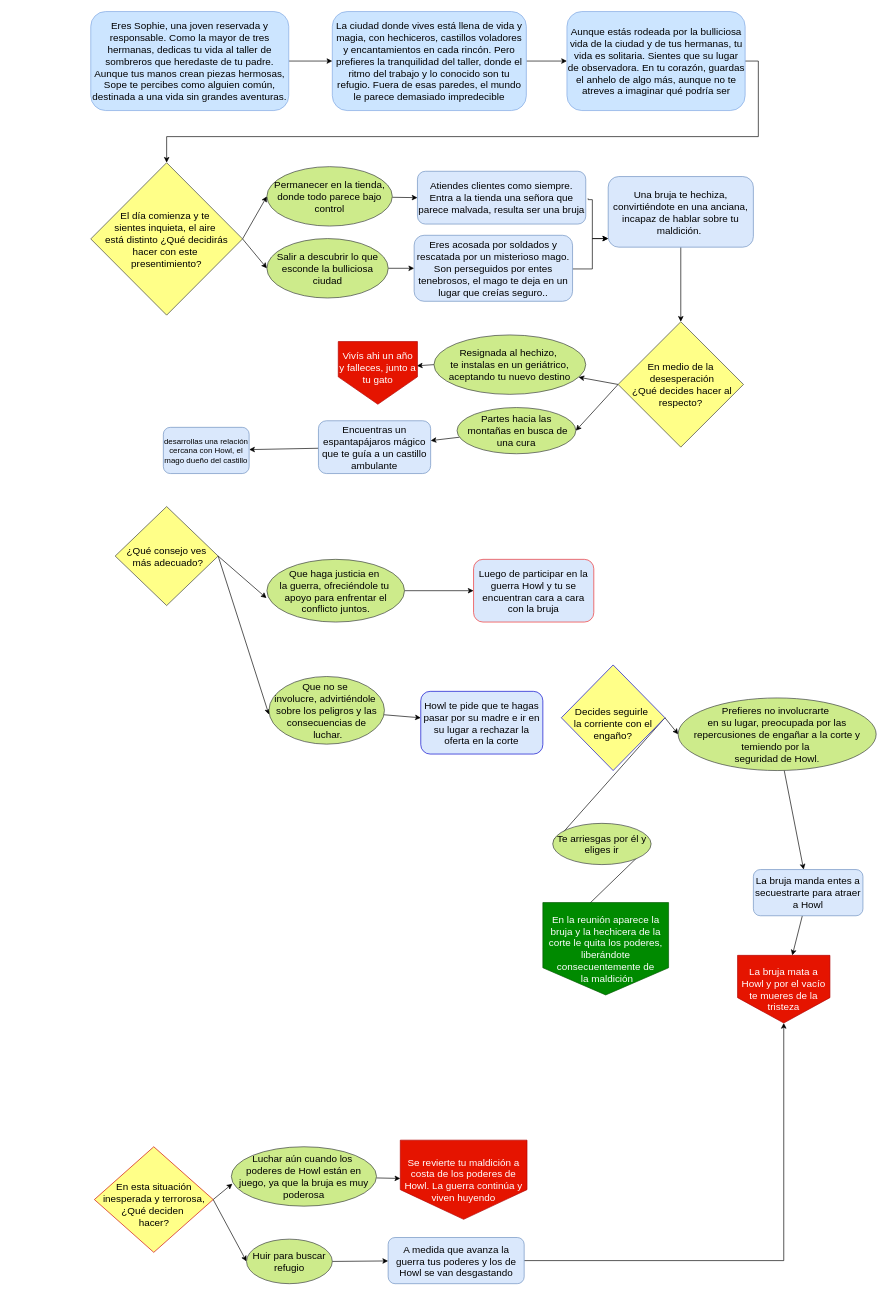
Earlier version of the draw.io diagram diagramaFINAL.drawio (2).drawio (delfinapinto/pmiw). Source tidied: cells renumbered, new cells numbered last; positions are measured from the earlier drawing's top-left corner, leaving out a move shared by most shapes. Both pictures are drawn from the tidied source at 66%, with x=0, y=0 at pixel (90, 11).
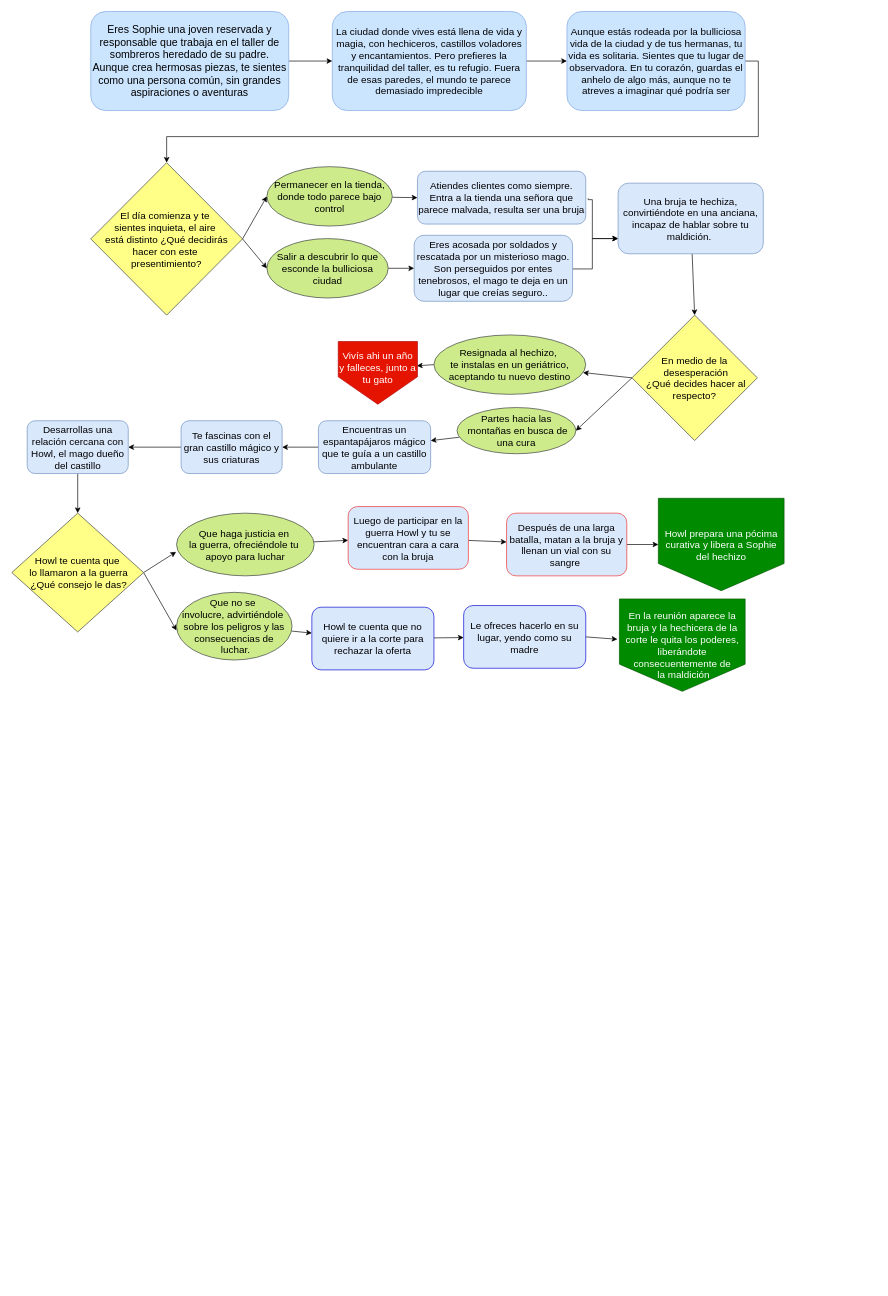
The same page after the edit.

Diff of the diagram source:
```diff
@@
-    <mxCell id="3" value="&lt;div style=&quot;&quot;&gt;&lt;span style=&quot;font-size: 15px; background-color: initial;&quot;&gt;Eres Sophie, una joven reservada y responsable. Como la mayor de tres hermanas, dedicas tu vida al taller de sombreros que heredaste de tu padre. Aunque tus manos crean piezas hermosas, Sope te percibes como alguien común, destinada a una vida sin grandes aventuras.&lt;/span&gt;&lt;/div&gt;" style="rounded=1;whiteSpace=wrap;html=1;fontSize=12;glass=0;strokeWidth=1;shadow=0;fillColor=#cce5ff;strokeColor=#7EA6E0;align=center;" parent="1" vertex="1">
+    <mxCell id="3" value="&lt;div style=&quot;&quot;&gt;&lt;font style=&quot;font-size: 16px;&quot;&gt;Eres Sophie una joven reservada y responsable que trabaja en el taller de sombreros heredado de su padre. Aunque crea hermosas piezas, te sientes como una persona común, sin grandes aspiraciones o aventuras&lt;/font&gt;&lt;br&gt;&lt;/div&gt;" style="rounded=1;whiteSpace=wrap;html=1;fontSize=12;glass=0;strokeWidth=1;shadow=0;fillColor=#cce5ff;strokeColor=#7EA6E0;align=center;" parent="1" vertex="1">
       <mxGeometry width="300" height="150" as="geometry" />
     </mxCell>
@@
     <mxCell id="16" value="&lt;font style=&quot;font-size: 15px;&quot;&gt;Una bruja te hechiza, convirtiéndote en una anciana, incapaz de hablar sobre tu maldición.&amp;nbsp;&lt;/font&gt;" style="rounded=1;whiteSpace=wrap;html=1;fillColor=#dae8fc;strokeColor=#6c8ebf;" parent="1" vertex="1">
-      <mxGeometry x="784" y="250" width="220" height="107" as="geometry" />
+      <mxGeometry x="799" y="260" width="220" height="107" as="geometry" />
     </mxCell>
@@
-    <mxCell id="26" value="&lt;font style=&quot;font-size: 15px;&quot;&gt;¿Qué consejo ves&lt;/font&gt;&lt;div style=&quot;font-size: 15px;&quot;&gt;&lt;font style=&quot;font-size: 15px;&quot;&gt;&amp;nbsp;más adecuado?&lt;/font&gt;&lt;/div&gt;" style="rhombus;whiteSpace=wrap;html=1;fillColor=#ffff88;strokeColor=#36393d;" parent="1" vertex="1">
-      <mxGeometry x="37" y="750" width="156" height="150" as="geometry" />
+    <mxCell id="26" value="&lt;font style=&quot;font-size: 15px;&quot;&gt;Howl te cuenta que&lt;/font&gt;&lt;div&gt;&lt;font style=&quot;font-size: 15px;&quot;&gt;&amp;nbsp;lo llamaron a la guerra&lt;/font&gt;&lt;/div&gt;&lt;div&gt;&lt;font style=&quot;font-size: 15px;&quot;&gt;&amp;nbsp;¿Qué consejo le das&lt;/font&gt;&lt;span style=&quot;font-size: 15px; background-color: initial;&quot;&gt;?&lt;/span&gt;&lt;/div&gt;" style="rhombus;whiteSpace=wrap;html=1;fillColor=#ffff88;strokeColor=#36393d;" parent="1" vertex="1">
+      <mxGeometry x="-119.6" y="760" width="199.7" height="180" as="geometry" />
     </mxCell>
@@
-    <mxCell id="28" value="&lt;font style=&quot;font-size: 15px;&quot;&gt;Que haga justicia en&amp;nbsp;&lt;/font&gt;&lt;div&gt;&lt;font style=&quot;font-size: 15px;&quot;&gt;la&amp;nbsp;&lt;/font&gt;&lt;span style=&quot;font-size: 15px; background-color: initial;&quot;&gt;guerra, ofreciéndole tu&amp;nbsp;&lt;/span&gt;&lt;/div&gt;&lt;div&gt;&lt;span style=&quot;font-size: 15px; background-color: initial;&quot;&gt;apoyo para enfrentar el conflicto juntos.&lt;/span&gt;&lt;/div&gt;" style="ellipse;whiteSpace=wrap;html=1;fillColor=#cdeb8b;strokeColor=#36393d;" parent="1" vertex="1">
-      <mxGeometry x="266.9" y="830" width="208.5" height="95" as="geometry" />
+    <mxCell id="28" value="&lt;font style=&quot;font-size: 15px;&quot;&gt;Que haga justicia en&amp;nbsp;&lt;/font&gt;&lt;div&gt;&lt;font style=&quot;font-size: 15px;&quot;&gt;la&amp;nbsp;&lt;/font&gt;&lt;span style=&quot;font-size: 15px; background-color: initial;&quot;&gt;guerra, ofreciéndole tu&amp;nbsp;&lt;/span&gt;&lt;/div&gt;&lt;div&gt;&lt;span style=&quot;font-size: 15px; background-color: initial;&quot;&gt;apoyo para luchar&lt;/span&gt;&lt;/div&gt;" style="ellipse;whiteSpace=wrap;html=1;fillColor=#cdeb8b;strokeColor=#36393d;" parent="1" vertex="1">
+      <mxGeometry x="130" y="760" width="208.5" height="95" as="geometry" />
     </mxCell>
@@
     <mxCell id="30" value="&lt;font style=&quot;font-size: 15px;&quot;&gt;Que no se&amp;nbsp;&lt;/font&gt;&lt;div style=&quot;font-size: 15px;&quot;&gt;&lt;font style=&quot;font-size: 15px;&quot;&gt;involucre, advirtiéndole&amp;nbsp;&lt;/font&gt;&lt;/div&gt;&lt;div style=&quot;font-size: 15px;&quot;&gt;&lt;font style=&quot;font-size: 15px;&quot;&gt;sobre los peligros y las consecuencias de&lt;/font&gt;&lt;div style=&quot;&quot;&gt;&lt;font style=&quot;font-size: 15px;&quot;&gt;&amp;nbsp;luchar.&lt;/font&gt;&lt;/div&gt;&lt;/div&gt;" style="ellipse;whiteSpace=wrap;html=1;fillColor=#cdeb8b;strokeColor=#36393d;" parent="1" vertex="1">
-      <mxGeometry x="270" y="1007.5" width="175" height="102.5" as="geometry" />
+      <mxGeometry x="130" y="880" width="175" height="102.5" as="geometry" />
     </mxCell>
+    <mxCell id="63" style="rounded=0;jettySize=auto;html=1;" parent="1" edge="1" source="31" target="69">
+      <mxGeometry relative="1" as="geometry" />
+    </mxCell>
     <mxCell id="31" value="&lt;font style=&quot;font-size: 15px;&quot;&gt;Luego de participar en la guerra&amp;nbsp;Howl y tu se encuentran cara a cara con la bruja&lt;/font&gt;" style="rounded=1;whiteSpace=wrap;html=1;fillColor=#dae8fc;strokeColor=#ed2c2c;" parent="1" vertex="1">
-      <mxGeometry x="580" y="830" width="182.2" height="95" as="geometry" />
+      <mxGeometry x="390" y="750" width="182.2" height="95" as="geometry" />
     </mxCell>
+    <mxCell id="64" style="rounded=0;jettySize=auto;html=1;" parent="1" edge="1" source="32" target="72">
+      <mxGeometry relative="1" as="geometry" />
+    </mxCell>
-    <mxCell id="32" value="&lt;font style=&quot;font-size: 15px;&quot;&gt;Howl te pide que te hagas pasar por su madre e ir en su lugar a rechazar la oferta en la corte&lt;/font&gt;" style="rounded=1;whiteSpace=wrap;html=1;fillColor=#dae8fc;strokeColor=#0000CC;" parent="1" vertex="1">
-      <mxGeometry x="500" y="1030" width="185" height="95" as="geometry" />
+    <mxCell id="32" value="&lt;font style=&quot;font-size: 15px;&quot;&gt;Howl te cuenta que no quiere ir a la corte para rechazar la oferta&lt;/font&gt;" style="rounded=1;whiteSpace=wrap;html=1;fillColor=#dae8fc;strokeColor=#0000CC;" parent="1" vertex="1">
+      <mxGeometry x="335" y="902.5" width="185" height="95" as="geometry" />
     </mxCell>
-    <mxCell id="33" style="edgeStyle=none;rounded=0;jettySize=auto;html=1;exitX=1;exitY=0.5;exitDx=0;exitDy=0;entryX=0.007;entryY=0.623;entryDx=0;entryDy=0;fillColor=#e3c800;strokeColor=#000000;entryPerimeter=0;" parent="1" edge="1" source="35" target="37">
-      <mxGeometry relative="1" as="geometry" />
-    </mxCell>
-    <mxCell id="34" style="edgeStyle=none;rounded=0;jettySize=auto;html=1;entryX=0;entryY=0.5;entryDx=0;entryDy=0;exitX=1;exitY=0.5;exitDx=0;exitDy=0;fillColor=#e3c800;strokeColor=#000000;" parent="1" edge="1" source="35" target="39">
-      <mxGeometry relative="1" as="geometry" />
-    </mxCell>
-    <mxCell id="35" value="&lt;div style=&quot;font-size: 13px;&quot;&gt;&lt;font style=&quot;font-size: 13px;&quot;&gt;&lt;br&gt;&lt;/font&gt;&lt;/div&gt;&lt;font style=&quot;font-size: 15px;&quot;&gt;En esta situación inesperada y terrorosa, ¿Qué deciden&amp;nbsp;&lt;/font&gt;&lt;div style=&quot;font-size: 15px;&quot;&gt;&lt;font style=&quot;font-size: 15px;&quot;&gt;hacer?&lt;/font&gt;&lt;/div&gt;" style="rhombus;whiteSpace=wrap;html=1;fillColor=#ffff88;strokeColor=#CC0000;" parent="1" vertex="1">
-      <mxGeometry x="5.5" y="1720" width="180" height="160" as="geometry" />
-    </mxCell>
-    <mxCell id="36" style="edgeStyle=none;rounded=0;jettySize=auto;html=1;" parent="1" edge="1" source="37" target="47">
-      <mxGeometry relative="1" as="geometry" />
-    </mxCell>
-    <mxCell id="37" value="&lt;font style=&quot;font-size: 15px;&quot;&gt;Luchar aún cuando los&amp;nbsp;&lt;/font&gt;&lt;div style=&quot;font-size: 15px;&quot;&gt;&lt;font style=&quot;font-size: 15px;&quot;&gt;poderes de Howl están en juego, ya que la bruja es muy poderosa&lt;/font&gt;&lt;/div&gt;" style="ellipse;whiteSpace=wrap;html=1;fillColor=#cdeb8b;strokeColor=#36393d;" parent="1" vertex="1">
-      <mxGeometry x="213" y="1720" width="220" height="90" as="geometry" />
-    </mxCell>
-    <mxCell id="38" style="edgeStyle=none;rounded=0;jettySize=auto;html=1;" parent="1" edge="1" source="39" target="49">
-      <mxGeometry relative="1" as="geometry" />
-    </mxCell>
-    <mxCell id="39" value="&lt;font style=&quot;font-size: 15px;&quot;&gt;Huir para buscar refugio&lt;/font&gt;" style="ellipse;whiteSpace=wrap;html=1;fillColor=#cdeb8b;strokeColor=#36393d;" parent="1" vertex="1">
-      <mxGeometry x="236" y="1860" width="130" height="67.5" as="geometry" />
-    </mxCell>
-    <mxCell id="40" style="edgeStyle=none;rounded=0;jettySize=auto;html=1;exitX=1;exitY=0.5;exitDx=0;exitDy=0;fillColor=#e3c800;strokeColor=#000000;entryX=0;entryY=0.5;entryDx=0;entryDy=0;" parent="1" edge="1" source="42" target="44">
-      <mxGeometry relative="1" as="geometry" />
-    </mxCell>
-    <mxCell id="41" style="edgeStyle=none;rounded=0;jettySize=auto;html=1;entryX=0;entryY=0.5;entryDx=0;entryDy=0;exitX=1;exitY=0.5;exitDx=0;exitDy=0;fillColor=#e3c800;strokeColor=#000000;" parent="1" edge="1" source="42" target="46">
-      <mxGeometry relative="1" as="geometry" />
-    </mxCell>
-    <mxCell id="42" value="&lt;div style=&quot;font-size: 15px;&quot;&gt;&lt;font style=&quot;font-size: 15px;&quot;&gt;&lt;br&gt;&lt;/font&gt;&lt;/div&gt;&lt;font style=&quot;font-size: 15px;&quot;&gt;Decides seguirle&amp;nbsp;&lt;/font&gt;&lt;div style=&quot;font-size: 15px;&quot;&gt;&lt;font style=&quot;font-size: 15px;&quot;&gt;la corriente con el engaño?&lt;/font&gt;&lt;/div&gt;" style="rhombus;whiteSpace=wrap;html=1;fillColor=#ffff88;strokeColor=#0000CC;" parent="1" vertex="1">
-      <mxGeometry x="713" y="990" width="157" height="160" as="geometry" />
-    </mxCell>
-    <mxCell id="43" style="edgeStyle=none;rounded=0;jettySize=auto;html=1;entryX=0;entryY=0.5;entryDx=0;entryDy=0;exitX=1;exitY=0.5;exitDx=0;exitDy=0;" parent="1" edge="1" source="44" target="54">
-      <mxGeometry relative="1" as="geometry" />
-    </mxCell>
-    <mxCell id="44" value="&lt;font style=&quot;font-size: 15px;&quot;&gt;Te arriesgas por él y eliges ir&lt;/font&gt;" style="ellipse;whiteSpace=wrap;html=1;fillColor=#cdeb8b;strokeColor=#36393d;" parent="1" vertex="1">
-      <mxGeometry x="700" y="1230" width="149" height="62.5" as="geometry" />
-    </mxCell>
-    <mxCell id="45" style="edgeStyle=none;rounded=0;jettySize=auto;html=1;" parent="1" edge="1" source="46" target="52">
-      <mxGeometry relative="1" as="geometry" />
-    </mxCell>
-    <mxCell id="46" value="&lt;font style=&quot;font-size: 15px;&quot;&gt;Prefieres no&amp;nbsp;&lt;/font&gt;&lt;span style=&quot;font-size: 15px; background-color: initial;&quot;&gt;involucrarte&amp;nbsp;&lt;/span&gt;&lt;div&gt;&lt;div style=&quot;font-size: 15px;&quot;&gt;&lt;font style=&quot;font-size: 15px;&quot;&gt;en su lugar, preocupada por las repercusiones de engañar a la corte y temiendo por la&amp;nbsp;&lt;/font&gt;&lt;/div&gt;&lt;div style=&quot;font-size: 15px;&quot;&gt;&lt;font style=&quot;font-size: 15px;&quot;&gt;seguridad de Howl&lt;/font&gt;&lt;font style=&quot;font-size: 13px;&quot;&gt;.&lt;/font&gt;&lt;/div&gt;&lt;/div&gt;" style="ellipse;whiteSpace=wrap;html=1;fillColor=#cdeb8b;strokeColor=#36393d;" parent="1" vertex="1">
-      <mxGeometry x="890" y="1040" width="300" height="110" as="geometry" />
-    </mxCell>
-    <mxCell id="47" value="&lt;div&gt;&lt;font style=&quot;font-size: 15px;&quot;&gt;Se revierte tu maldición a costa de los poderes de Howl. La guerra continúa y viven huyendo&lt;/font&gt;&lt;br&gt;&lt;/div&gt;" style="shape=offPageConnector;whiteSpace=wrap;html=1;fillColor=#e51400;fontColor=#ffffff;strokeColor=#B20000;" parent="1" vertex="1">
-      <mxGeometry x="469" y="1710" width="192" height="120" as="geometry" />
-    </mxCell>
-    <mxCell id="48" style="edgeStyle=orthogonalEdgeStyle;rounded=0;jettySize=auto;html=1;entryX=0.5;entryY=1;entryDx=0;entryDy=0;exitX=1;exitY=0.5;exitDx=0;exitDy=0;" parent="1" edge="1" source="49" target="53">
-      <mxGeometry relative="1" as="geometry" />
-    </mxCell>
-    <mxCell id="49" value="&lt;font style=&quot;font-size: 15px;&quot;&gt;A medida que avanza la guerra tus poderes y los de Howl se van desgastando&lt;/font&gt;" style="rounded=1;whiteSpace=wrap;html=1;fillColor=#dae8fc;strokeColor=#6c8ebf;" parent="1" vertex="1">
-      <mxGeometry x="450.6" y="1857.5" width="206.1" height="70" as="geometry" />
-    </mxCell>
+    <mxCell id="65" style="rounded=0;jettySize=auto;html=1;exitX=1;exitY=0.5;exitDx=0;exitDy=0;entryX=-0.016;entryY=0.436;entryDx=0;entryDy=0;entryPerimeter=0;" parent="1" edge="1" source="72" target="54">
+      <mxGeometry relative="1" as="geometry" />
+    </mxCell>
@@
-    <mxCell id="51" style="rounded=0;jettySize=auto;html=1;" parent="1" edge="1" source="52" target="53">
-      <mxGeometry relative="1" as="geometry" />
-    </mxCell>
-    <mxCell id="52" value="&lt;font style=&quot;font-size: 15px;&quot;&gt;La bruja manda entes a secuestrarte para atraer a Howl&lt;/font&gt;" style="rounded=1;whiteSpace=wrap;html=1;fillColor=#dae8fc;strokeColor=#6c8ebf;" parent="1" vertex="1">
-      <mxGeometry x="1004" y="1300" width="166" height="70" as="geometry" />
-    </mxCell>
-    <mxCell id="53" value="&lt;div&gt;&lt;font style=&quot;font-size: 15px;&quot;&gt;La bruja mata a Howl y por el vacío te mueres de la tristeza&lt;/font&gt;&lt;br&gt;&lt;/div&gt;" style="shape=offPageConnector;whiteSpace=wrap;html=1;fillColor=#e51400;fontColor=#ffffff;strokeColor=#B20000;" parent="1" vertex="1">
-      <mxGeometry x="980" y="1430" width="140" height="102.5" as="geometry" />
-    </mxCell>
     <mxCell id="54" value="&lt;font style=&quot;font-size: 15px;&quot;&gt;En la reunión aparece la bruja y la hechicera de la corte le quita los poderes, liberándote consecuentemente de&lt;/font&gt;&lt;div style=&quot;font-size: 15px;&quot;&gt;&lt;font style=&quot;font-size: 15px;&quot;&gt;&amp;nbsp;la maldición&lt;/font&gt;&lt;/div&gt;" style="shape=offPageConnector;whiteSpace=wrap;html=1;fillColor=#008a00;fontColor=#ffffff;strokeColor=#005700;size=0.29411764705882354;" parent="1" vertex="1">
-      <mxGeometry x="685" y="1350" width="190.5" height="140" as="geometry" />
+      <mxGeometry x="801" y="890" width="190.5" height="140" as="geometry" />
     </mxCell>
@@
-    <mxCell id="56" value="&lt;font style=&quot;font-size: 15px;&quot;&gt;La ciudad donde vives está llena de vida y magia, con hechiceros, castillos voladores y encantamientos en cada rincón. Pero prefieres la tranquilidad del taller, donde el ritmo del trabajo y lo conocido son tu refugio. Fuera de esas paredes, el mundo le parece demasiado impredecible&lt;/font&gt;" style="rounded=1;whiteSpace=wrap;html=1;fontSize=12;glass=0;strokeWidth=1;shadow=0;fillColor=#cce5ff;strokeColor=#7EA6E0;" parent="1" vertex="1">
+    <mxCell id="56" value="&lt;font style=&quot;font-size: 15px;&quot;&gt;La ciudad donde vives está llena de vida y magia, con hechiceros, castillos voladores y encantamientos. Pero prefieres la tranquilidad del taller, es tu refugio. Fuera de esas paredes, el mundo te parece demasiado impredecible&lt;/font&gt;" style="rounded=1;whiteSpace=wrap;html=1;fontSize=12;glass=0;strokeWidth=1;shadow=0;fillColor=#cce5ff;strokeColor=#7EA6E0;" parent="1" vertex="1">
       <mxGeometry x="366" width="294" height="150" as="geometry" />
     </mxCell>
@@
-    <mxCell id="58" value="&lt;font style=&quot;font-size: 15px;&quot;&gt;Aunque estás rodeada por la bulliciosa vida de la ciudad y de tus hermanas, tu vida es solitaria. Sientes que su lugar de observadora. En tu corazón, guardas el anhelo de algo más, aunque no te atreves a imaginar qué podría ser&lt;/font&gt;" style="rounded=1;whiteSpace=wrap;html=1;fontSize=12;glass=0;strokeWidth=1;shadow=0;fillColor=#cce5ff;strokeColor=#7EA6E0;" parent="1" vertex="1">
+    <mxCell id="58" value="&lt;font style=&quot;font-size: 15px;&quot;&gt;Aunque estás rodeada por la bulliciosa vida de la ciudad y de tus hermanas, tu vida es solitaria. Sientes que tu lugar de observadora. En tu corazón, guardas el anhelo de algo más, aunque no te atreves a imaginar qué podría ser&lt;/font&gt;" style="rounded=1;whiteSpace=wrap;html=1;fontSize=12;glass=0;strokeWidth=1;shadow=0;fillColor=#cce5ff;strokeColor=#7EA6E0;" parent="1" vertex="1">
       <mxGeometry x="721.5" width="270" height="150" as="geometry" />
     </mxCell>
@@
     <mxCell id="61" value="&lt;div style=&quot;font-size: 15px;&quot;&gt;&lt;font style=&quot;font-size: 15px;&quot;&gt;En medio de la&lt;/font&gt;&lt;/div&gt;&lt;div style=&quot;font-size: 15px;&quot;&gt;&lt;font style=&quot;font-size: 15px;&quot;&gt;&amp;nbsp;desesperación&lt;/font&gt;&lt;/div&gt;&lt;div style=&quot;font-size: 15px;&quot;&gt;&lt;font style=&quot;font-size: 15px;&quot;&gt;&amp;nbsp;¿Qué decides hacer al respecto?&lt;/font&gt;&lt;/div&gt;" style="rhombus;whiteSpace=wrap;html=1;fillColor=#ffff88;strokeColor=#36393d;" parent="1" vertex="1">
-      <mxGeometry x="799" y="470" width="190" height="190" as="geometry" />
+      <mxGeometry x="820" y="460" width="190" height="190" as="geometry" />
     </mxCell>
+    <mxCell id="66" style="rounded=0;jettySize=auto;html=1;entryX=0.5;entryY=0;entryDx=0;entryDy=0;exitX=0.5;exitY=1;exitDx=0;exitDy=0;" parent="1" edge="1" source="70" target="26">
+      <mxGeometry relative="1" as="geometry" />
+    </mxCell>
+    <mxCell id="67" style="edgeStyle=orthogonalEdgeStyle;rounded=0;jettySize=auto;html=1;" parent="1" edge="1" source="62" target="70">
+      <mxGeometry relative="1" as="geometry" />
+    </mxCell>
-    <mxCell id="62" value="desarrollas una relación cercana con Howl, el mago dueño del castillo" style="rounded=1;whiteSpace=wrap;html=1;fillColor=#dae8fc;strokeColor=#6c8ebf;" parent="1" vertex="1">
-      <mxGeometry x="110" y="630" width="130" height="70" as="geometry" />
+    <mxCell id="62" value="&lt;font style=&quot;font-size: 15px;&quot;&gt;Te fascinas con el gran castillo mágico y sus criaturas&lt;/font&gt;" style="rounded=1;whiteSpace=wrap;html=1;fillColor=#dae8fc;strokeColor=#6c8ebf;" parent="1" vertex="1">
+      <mxGeometry x="136.9" y="620" width="153.1" height="80" as="geometry" />
     </mxCell>
+    <mxCell id="68" style="rounded=0;jettySize=auto;html=1;entryX=0;entryY=0.5;entryDx=0;entryDy=0;" parent="1" edge="1" source="69" target="71">
+      <mxGeometry relative="1" as="geometry" />
+    </mxCell>
+    <mxCell id="69" value="&lt;span style=&quot;font-size: 15px;&quot;&gt;Después de una larga batalla, matan a la bruja y llenan un vial con su sangre&amp;nbsp;&lt;/span&gt;" style="rounded=1;whiteSpace=wrap;html=1;fillColor=#dae8fc;strokeColor=#ed2c2c;" parent="1" vertex="1">
+      <mxGeometry x="630" y="760" width="182.2" height="95" as="geometry" />
+    </mxCell>
+    <mxCell id="70" value="&lt;font style=&quot;font-size: 15px;&quot;&gt;Desarrollas una relación cercana con Howl, el mago dueño del castillo&lt;/font&gt;" style="rounded=1;whiteSpace=wrap;html=1;fillColor=#dae8fc;strokeColor=#6c8ebf;" parent="1" vertex="1">
+      <mxGeometry x="-96.3" y="620" width="153.1" height="80" as="geometry" />
+    </mxCell>
+    <mxCell id="71" value="&lt;span style=&quot;font-size: 15px;&quot;&gt;Howl prepara una pócima curativa y libera a Sophie del hechizo&lt;/span&gt;" style="shape=offPageConnector;whiteSpace=wrap;html=1;fillColor=#008a00;fontColor=#ffffff;strokeColor=#005700;size=0.29411764705882354;" parent="1" vertex="1">
+      <mxGeometry x="860" y="737.5" width="190.5" height="140" as="geometry" />
+    </mxCell>
+    <mxCell id="72" value="&lt;span style=&quot;font-size: 15px;&quot;&gt;Le ofreces hacerlo en su lugar, yendo como su madre&lt;/span&gt;" style="rounded=1;whiteSpace=wrap;html=1;fillColor=#dae8fc;strokeColor=#0000CC;" parent="1" vertex="1">
+      <mxGeometry x="565" y="900" width="185" height="95" as="geometry" />
+    </mxCell>
```
